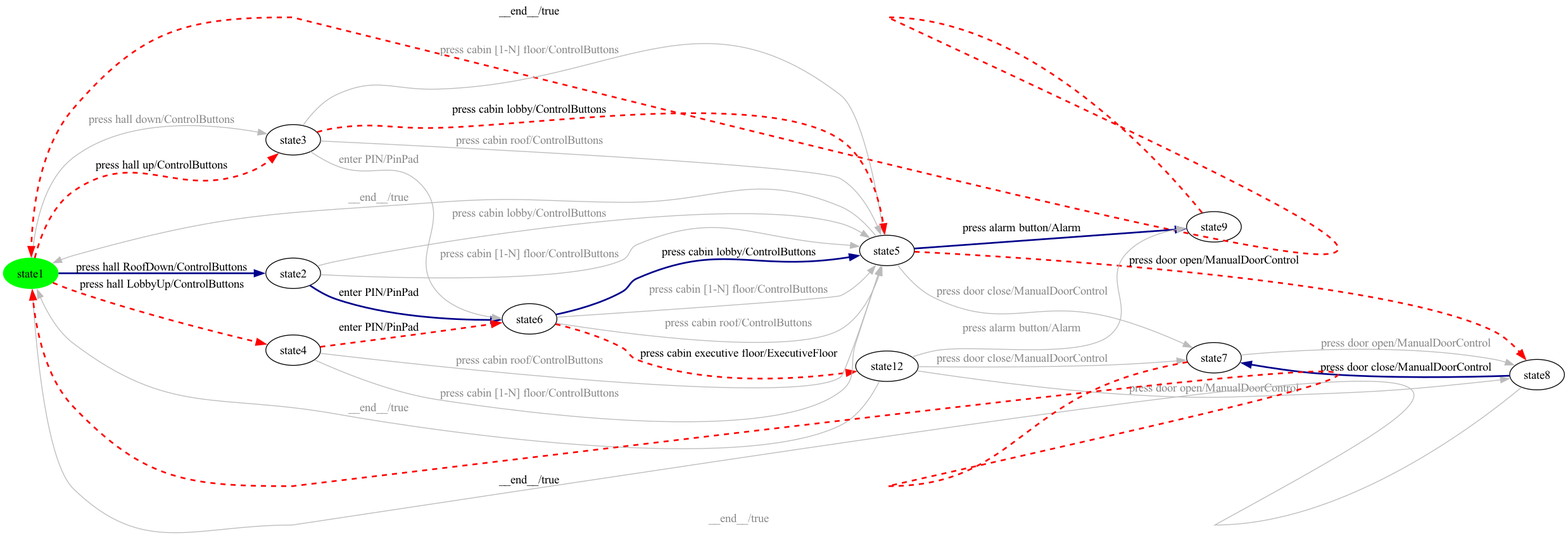
Earlier version of the Graphviz export milestone-reports/per-product-all-states/Elevator/Elevator-product8-walk.png (dilekozturk93/vibes). Its source is kept beside it as milestone-reports/per-product-all-states/Elevator/Elevator-product8-walk.dot. The source it was exported from:
```dot
digraph G {
rankdir=LR;
state0[ label = "state1", style=filled, color=green ];
state1 [ label = "state9" ];
state2 [ label = "state6" ];
state3 [ label = "state5" ];
state4 [ label = "state12" ];
state5 [ label = "state8" ];
state6 [ label = "state7" ];
state7 [ label = "state2" ];
state8 [ label = "state4" ];
state9 [ label = "state3" ];
state0 -> state7 [ label=" press hall RoofDown/ControlButtons ", style=bold, color=darkblue, penwidth=2 ];
state4 -> state1 [ label=" press alarm button/Alarm ", color="#bbbbbb", fontcolor="#888888" ];
state8 -> state3 [ label=" press cabin roof/ControlButtons ", color="#bbbbbb", fontcolor="#888888" ];
state4 -> state6 [ label=" press door close/ManualDoorControl ", color="#bbbbbb", fontcolor="#888888" ];
state3 -> state1 [ label=" press alarm button/Alarm ", style=bold, color=darkblue, penwidth=2 ];
state8 -> state3 [ label=" press cabin [1-N] floor/ControlButtons ", color="#bbbbbb", fontcolor="#888888" ];
state7 -> state2 [ label=" enter PIN/PinPad ", style=bold, color=darkblue, penwidth=2 ];
state3 -> state5 [ label=" press door open/ManualDoorControl ", style=dashed, color=red, penwidth=2 ];
state3 -> state6 [ label=" press door close/ManualDoorControl ", color="#bbbbbb", fontcolor="#888888" ];
state6 -> state0 [ label=" __end__/true ", style=dashed, color=red, penwidth=2 ];
state7 -> state3 [ label=" press cabin lobby/ControlButtons ", color="#bbbbbb", fontcolor="#888888" ];
state9 -> state3 [ label=" press cabin [1-N] floor/ControlButtons ", color="#bbbbbb", fontcolor="#888888" ];
state4 -> state5 [ label=" press door open/ManualDoorControl ", color="#bbbbbb", fontcolor="#888888" ];
state2 -> state3 [ label=" press cabin lobby/ControlButtons ", style=bold, color=darkblue, penwidth=2 ];
state2 -> state3 [ label=" press cabin [1-N] floor/ControlButtons ", color="#bbbbbb", fontcolor="#888888" ];
state2 -> state4 [ label=" press cabin executive floor/ExecutiveFloor ", style=dashed, color=red, penwidth=2 ];
state1 -> state0 [ label=" __end__/true ", style=dashed, color=red, penwidth=2 ];
state9 -> state2 [ label=" enter PIN/PinPad ", color="#bbbbbb", fontcolor="#888888" ];
state0 -> state9 [ label=" press hall up/ControlButtons ", style=dashed, color=red, penwidth=2 ];
state5 -> state6 [ label=" press door close/ManualDoorControl ", style=bold, color=darkblue, penwidth=2 ];
state7 -> state3 [ label=" press cabin [1-N] floor/ControlButtons ", color="#bbbbbb", fontcolor="#888888" ];
state2 -> state3 [ label=" press cabin roof/ControlButtons ", color="#bbbbbb", fontcolor="#888888" ];
state5 -> state0 [ label=" __end__/true ", color="#bbbbbb", fontcolor="#888888" ];
state9 -> state3 [ label=" press cabin lobby/ControlButtons ", style=dashed, color=red, penwidth=2 ];
state8 -> state2 [ label=" enter PIN/PinPad ", style=dashed, color=red, penwidth=2 ];
state4 -> state0 [ label=" __end__/true ", color="#bbbbbb", fontcolor="#888888" ];
state9 -> state3 [ label=" press cabin roof/ControlButtons ", color="#bbbbbb", fontcolor="#888888" ];
state6 -> state5 [ label=" press door open/ManualDoorControl ", color="#bbbbbb", fontcolor="#888888" ];
state0 -> state9 [ label=" press hall down/ControlButtons ", color="#bbbbbb", fontcolor="#888888" ];
state0 -> state8 [ label=" press hall LobbyUp/ControlButtons ", style=dashed, color=red, penwidth=2 ];
state3 -> state0 [ label=" __end__/true ", color="#bbbbbb", fontcolor="#888888" ];
}
```
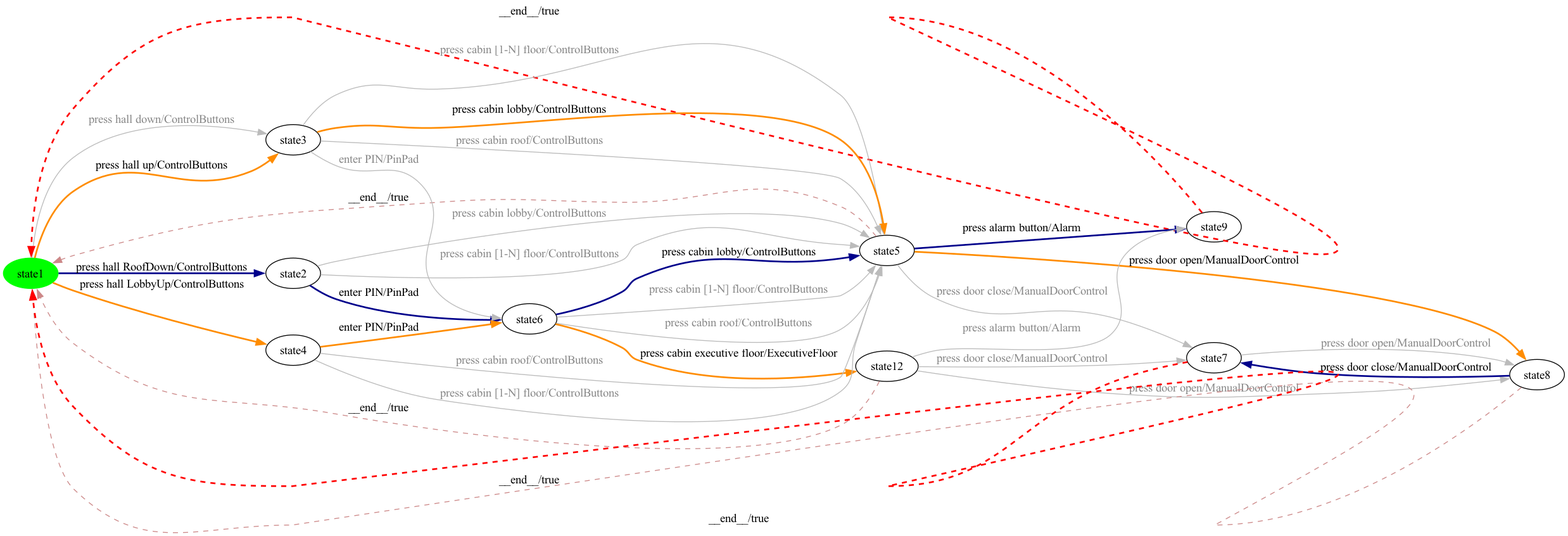
The same diagram one commit later.

What changed in the source:
```diff
@@ -17,7 +17,7 @@
 state3 -> state1 [ label=" press alarm button/Alarm ", style=bold, color=darkblue, penwidth=2 ];
 state8 -> state3 [ label=" press cabin [1-N] floor/ControlButtons ", color="#bbbbbb", fontcolor="#888888" ];
 state7 -> state2 [ label=" enter PIN/PinPad ", style=bold, color=darkblue, penwidth=2 ];
-state3 -> state5 [ label=" press door open/ManualDoorControl ", style=dashed, color=red, penwidth=2 ];
+state3 -> state5 [ label=" press door open/ManualDoorControl ", style=bold, color=darkorange, penwidth=2 ];
 state3 -> state6 [ label=" press door close/ManualDoorControl ", color="#bbbbbb", fontcolor="#888888" ];
 state6 -> state0 [ label=" __end__/true ", style=dashed, color=red, penwidth=2 ];
 state7 -> state3 [ label=" press cabin lobby/ControlButtons ", color="#bbbbbb", fontcolor="#888888" ];
@@ -25,20 +25,20 @@
 state4 -> state5 [ label=" press door open/ManualDoorControl ", color="#bbbbbb", fontcolor="#888888" ];
 state2 -> state3 [ label=" press cabin lobby/ControlButtons ", style=bold, color=darkblue, penwidth=2 ];
 state2 -> state3 [ label=" press cabin [1-N] floor/ControlButtons ", color="#bbbbbb", fontcolor="#888888" ];
-state2 -> state4 [ label=" press cabin executive floor/ExecutiveFloor ", style=dashed, color=red, penwidth=2 ];
+state2 -> state4 [ label=" press cabin executive floor/ExecutiveFloor ", style=bold, color=darkorange, penwidth=2 ];
 state1 -> state0 [ label=" __end__/true ", style=dashed, color=red, penwidth=2 ];
 state9 -> state2 [ label=" enter PIN/PinPad ", color="#bbbbbb", fontcolor="#888888" ];
-state0 -> state9 [ label=" press hall up/ControlButtons ", style=dashed, color=red, penwidth=2 ];
+state0 -> state9 [ label=" press hall up/ControlButtons ", style=bold, color=darkorange, penwidth=2 ];
 state5 -> state6 [ label=" press door close/ManualDoorControl ", style=bold, color=darkblue, penwidth=2 ];
 state7 -> state3 [ label=" press cabin [1-N] floor/ControlButtons ", color="#bbbbbb", fontcolor="#888888" ];
 state2 -> state3 [ label=" press cabin roof/ControlButtons ", color="#bbbbbb", fontcolor="#888888" ];
-state5 -> state0 [ label=" __end__/true ", color="#bbbbbb", fontcolor="#888888" ];
-state9 -> state3 [ label=" press cabin lobby/ControlButtons ", style=dashed, color=red, penwidth=2 ];
-state8 -> state2 [ label=" enter PIN/PinPad ", style=dashed, color=red, penwidth=2 ];
-state4 -> state0 [ label=" __end__/true ", color="#bbbbbb", fontcolor="#888888" ];
+state5 -> state0 [ label=" __end__/true ", style=dashed, color="#cc8888" ];
+state9 -> state3 [ label=" press cabin lobby/ControlButtons ", style=bold, color=darkorange, penwidth=2 ];
+state8 -> state2 [ label=" enter PIN/PinPad ", style=bold, color=darkorange, penwidth=2 ];
+state4 -> state0 [ label=" __end__/true ", style=dashed, color="#cc8888" ];
 state9 -> state3 [ label=" press cabin roof/ControlButtons ", color="#bbbbbb", fontcolor="#888888" ];
 state6 -> state5 [ label=" press door open/ManualDoorControl ", color="#bbbbbb", fontcolor="#888888" ];
 state0 -> state9 [ label=" press hall down/ControlButtons ", color="#bbbbbb", fontcolor="#888888" ];
-state0 -> state8 [ label=" press hall LobbyUp/ControlButtons ", style=dashed, color=red, penwidth=2 ];
-state3 -> state0 [ label=" __end__/true ", color="#bbbbbb", fontcolor="#888888" ];
+state0 -> state8 [ label=" press hall LobbyUp/ControlButtons ", style=bold, color=darkorange, penwidth=2 ];
+state3 -> state0 [ label=" __end__/true ", style=dashed, color="#cc8888" ];
 }
```
